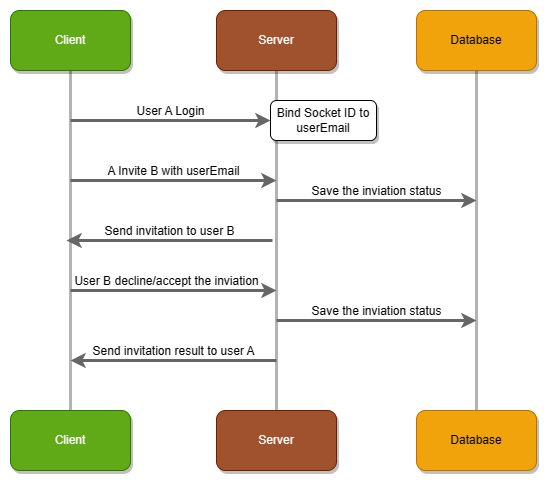
Earlier version of the draw.io export README/Socket Architecture - Inivatation.drawio.png (tom54699/Tobicord). Source tidied: cells renumbered, new cells last; positions are measured from the earlier drawing's top-left corner, leaving out a move shared by most shapes.
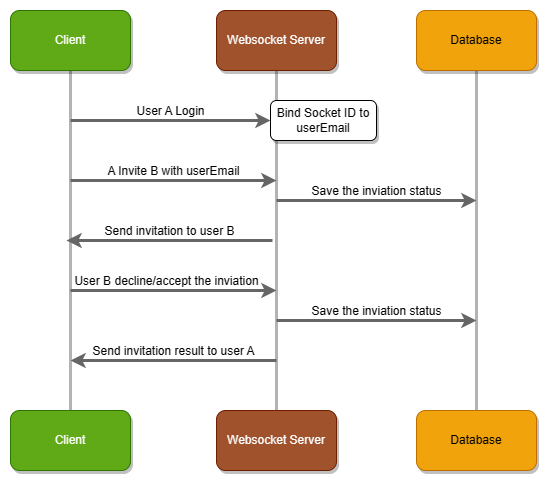
After the commit.

What changed in the source:
```diff
@@ -17,13 +17,13 @@
     <mxCell id="6" style="edgeStyle=orthogonalEdgeStyle;rounded=0;jettySize=auto;html=1;exitX=0.5;exitY=1;exitDx=0;exitDy=0;entryX=0.5;entryY=0;entryDx=0;entryDy=0;strokeColor=#B3B3B3;strokeWidth=3;endArrow=none;endFill=0;" parent="1" edge="1" source="7" target="9">
       <mxGeometry relative="1" as="geometry" />
     </mxCell>
-    <mxCell id="7" value="Server" style="rounded=1;whiteSpace=wrap;html=1;fillColor=#a0522d;strokeColor=#6D1F00;fontColor=#ffffff;shadow=1;" parent="1" vertex="1">
+    <mxCell id="7" value="Websocket Server" style="rounded=1;whiteSpace=wrap;html=1;fillColor=#a0522d;strokeColor=#6D1F00;fontColor=#ffffff;shadow=1;" parent="1" vertex="1">
       <mxGeometry x="206" width="120" height="60" as="geometry" />
     </mxCell>
     <mxCell id="8" value="Client" style="rounded=1;whiteSpace=wrap;html=1;fillColor=#60a917;strokeColor=#2D7600;fontColor=#ffffff;shadow=1;" parent="1" vertex="1">
       <mxGeometry y="400" width="120" height="60" as="geometry" />
     </mxCell>
-    <mxCell id="9" value="Server" style="rounded=1;whiteSpace=wrap;html=1;fillColor=#a0522d;strokeColor=#6D1F00;fontColor=#ffffff;shadow=1;" parent="1" vertex="1">
+    <mxCell id="9" value="Websocket Server" style="rounded=1;whiteSpace=wrap;html=1;fillColor=#a0522d;strokeColor=#6D1F00;fontColor=#ffffff;shadow=1;" parent="1" vertex="1">
       <mxGeometry x="206" y="400" width="120" height="60" as="geometry" />
     </mxCell>
     <mxCell id="10" value="Database" style="rounded=1;whiteSpace=wrap;html=1;fillColor=#f0a30a;strokeColor=#BD7000;fontColor=#000000;shadow=1;" parent="1" vertex="1">
```
